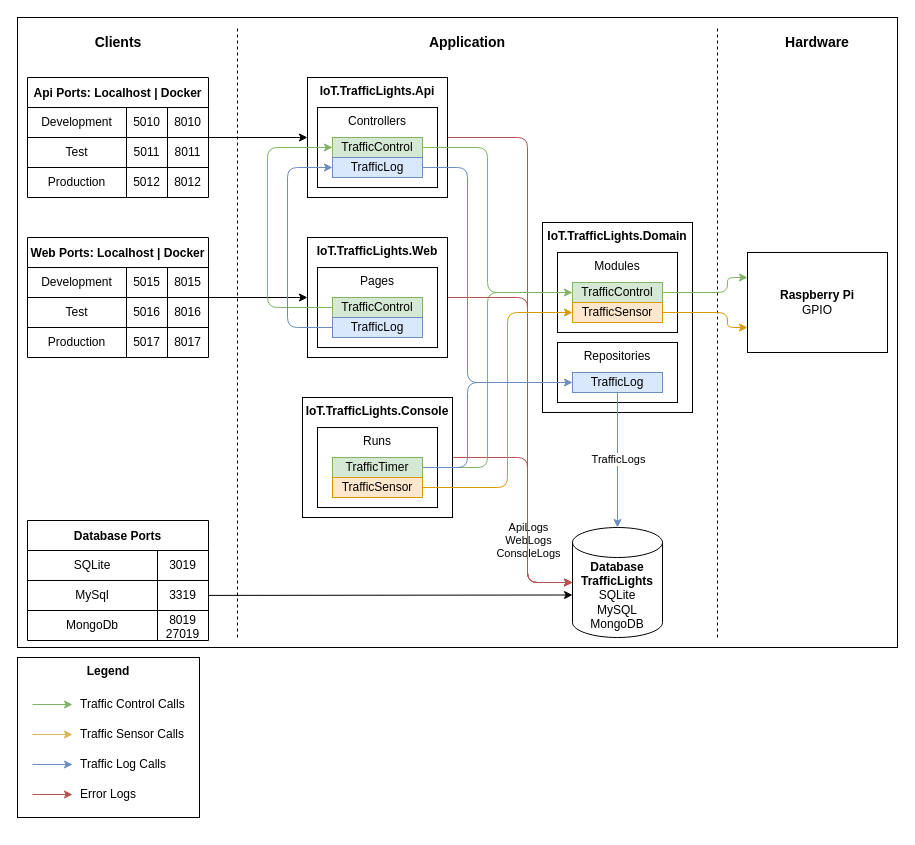
The draw.io diagram .docs/IoT.TrafficLights.Application.drawio in qbituniverse/iot-trafficlights, before the edit. Source tidied: cells renumbered, new cells numbered last; positions are measured from the earlier drawing's top-left corner, leaving out a move shared by most shapes. Both pictures are drawn from the tidied source at 100%, with x=0, y=0 at pixel (17, 17).
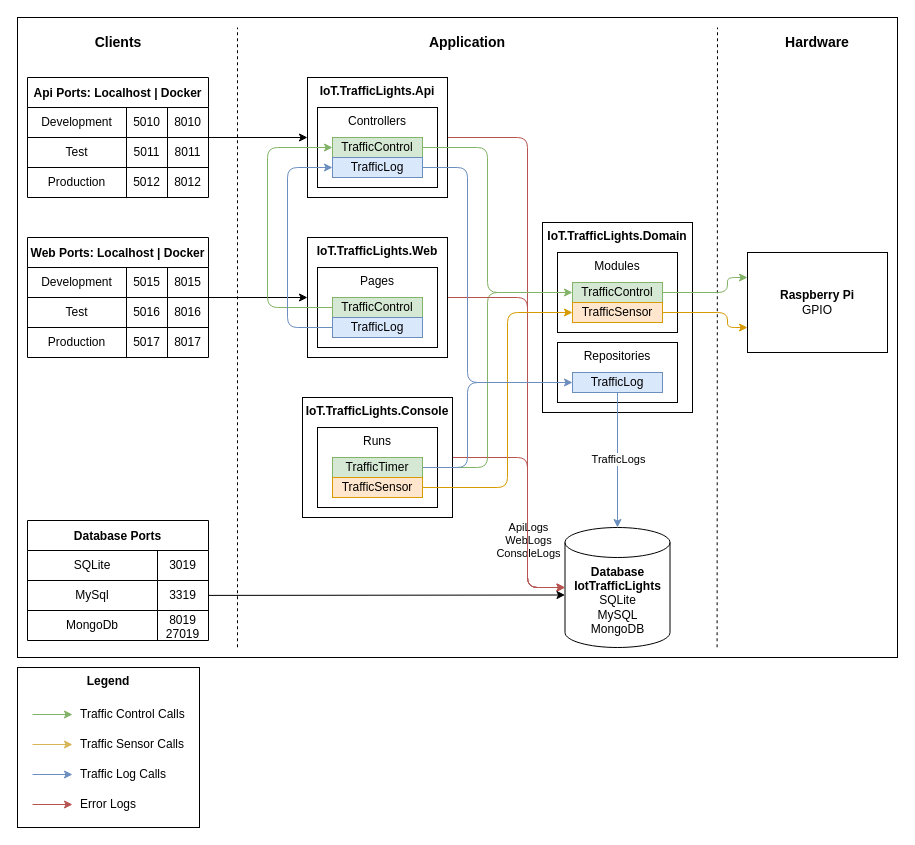
The same diagram, later.

Unchanged cells that the change refers to:
```xml
<mxCell id="4" value="&lt;b&gt;IoT.TrafficLights.Console&lt;/b&gt;" style="rounded=0;whiteSpace=wrap;html=1;verticalAlign=top;" parent="1" vertex="1">
  <mxGeometry x="285" y="380" width="150" height="120" as="geometry" />
</mxCell>
<mxCell id="12" value="&lt;b&gt;IoT.TrafficLights.Api&lt;/b&gt;" style="rounded=0;whiteSpace=wrap;html=1;verticalAlign=top;" parent="1" vertex="1">
  <mxGeometry x="290" y="60" width="140" height="120" as="geometry" />
</mxCell>
<mxCell id="51" value="&lt;b&gt;IoT.TrafficLights.Web&lt;/b&gt;" style="rounded=0;whiteSpace=wrap;html=1;verticalAlign=top;" parent="1" vertex="1">
  <mxGeometry x="290" y="220" width="140" height="120" as="geometry" />
</mxCell>
```

What changed in the source:
```diff
@@
     <mxCell id="2" style="rounded=0;whiteSpace=wrap;html=1;" parent="1" vertex="1">
-      <mxGeometry width="880" height="630" as="geometry" />
+      <mxGeometry width="880" height="640" as="geometry" />
     </mxCell>
     <mxCell id="3" style="edgeStyle=none;html=1;entryX=0;entryY=0.5;entryDx=0;entryDy=0;entryPerimeter=0;fillColor=#f8cecc;strokeColor=#b85450;" parent="1" edge="1" source="4" target="15">
       <mxGeometry relative="1" as="geometry">
         <Array as="points">
           <mxPoint x="510" y="440" />
-          <mxPoint x="510" y="565" />
+          <mxPoint x="510" y="570" />
         </Array>
       </mxGeometry>
     </mxCell>
@@
     <mxCell id="10" style="edgeStyle=none;html=1;entryX=0;entryY=0.5;entryDx=0;entryDy=0;entryPerimeter=0;fillColor=#f8cecc;strokeColor=#b85450;" parent="1" edge="1" source="12" target="15">
       <mxGeometry relative="1" as="geometry">
         <Array as="points">
           <mxPoint x="510" y="120" />
-          <mxPoint x="510" y="565" />
+          <mxPoint x="510" y="570" />
         </Array>
       </mxGeometry>
     </mxCell>
@@
-    <mxCell id="15" value="&lt;b style=&quot;border-color: var(--border-color);&quot;&gt;Database&lt;/b&gt;&lt;b&gt;&lt;br&gt;TrafficLights&lt;/b&gt;&lt;br&gt;SQLite&lt;br&gt;MySQL&lt;br&gt;MongoDB" style="shape=cylinder3;whiteSpace=wrap;html=1;boundedLbl=1;backgroundOutline=1;size=15;" parent="1" vertex="1">
-      <mxGeometry x="555" y="510" width="90" height="110" as="geometry" />
+    <mxCell id="15" value="&lt;b style=&quot;border-color: var(--border-color);&quot;&gt;Database&lt;/b&gt;&lt;b&gt;&lt;br&gt;IotTrafficLights&lt;/b&gt;&lt;br&gt;SQLite&lt;br&gt;MySQL&lt;br&gt;MongoDB" style="shape=cylinder3;whiteSpace=wrap;html=1;boundedLbl=1;backgroundOutline=1;size=15;" parent="1" vertex="1">
+      <mxGeometry x="547.5" y="510" width="105" height="120" as="geometry" />
     </mxCell>
@@
-    <mxCell id="30" style="endArrow=none;dashed=1;html=1;fontSize=12;" parent="1" edge="1">
+    <mxCell id="30" style="endArrow=none;dashed=1;html=1;fontSize=12;exitX=0.25;exitY=0.984;exitDx=0;exitDy=0;exitPerimeter=0;" parent="1" edge="1" source="2">
       <mxGeometry relative="1" as="geometry">
-        <mxPoint x="220" y="620" as="sourcePoint" />
         <mxPoint x="220" y="10" as="targetPoint" />
       </mxGeometry>
     </mxCell>
-    <mxCell id="31" style="endArrow=none;dashed=1;html=1;fontSize=12;" parent="1" edge="1">
+    <mxCell id="31" style="endArrow=none;dashed=1;html=1;fontSize=12;exitX=0.795;exitY=0.984;exitDx=0;exitDy=0;exitPerimeter=0;" parent="1" edge="1" source="2">
       <mxGeometry relative="1" as="geometry">
-        <mxPoint x="700" y="620" as="sourcePoint" />
         <mxPoint x="700" y="10" as="targetPoint" />
       </mxGeometry>
     </mxCell>
@@
     <mxCell id="50" style="edgeStyle=none;html=1;entryX=0;entryY=0.5;entryDx=0;entryDy=0;entryPerimeter=0;fillColor=#f8cecc;strokeColor=#b85450;" parent="1" edge="1" source="51" target="15">
       <mxGeometry relative="1" as="geometry">
         <Array as="points">
           <mxPoint x="510" y="280" />
-          <mxPoint x="510" y="565" />
+          <mxPoint x="510" y="570" />
         </Array>
       </mxGeometry>
     </mxCell>
@@
     <mxCell id="70" value="Legend" style="rounded=0;whiteSpace=wrap;html=1;fontStyle=1;verticalAlign=top;align=center;" parent="1" vertex="1">
-      <mxGeometry y="640" width="182" height="160" as="geometry" />
+      <mxGeometry y="650" width="182" height="160" as="geometry" />
     </mxCell>
     <mxCell id="71" style="edgeStyle=none;html=1;exitX=0.5;exitY=1;exitDx=0;exitDy=0;fillColor=#f8cecc;strokeColor=#b85450;" parent="1" edge="1">
       <mxGeometry relative="1" as="geometry">
-        <mxPoint x="15" y="777" as="sourcePoint" />
-        <mxPoint x="55" y="777" as="targetPoint" />
+        <mxPoint x="15" y="787" as="sourcePoint" />
+        <mxPoint x="55" y="787" as="targetPoint" />
       </mxGeometry>
     </mxCell>
     <mxCell id="72" value="Error Logs" style="text;html=1;strokeColor=none;fillColor=none;align=left;verticalAlign=middle;whiteSpace=wrap;rounded=0;" parent="1" vertex="1">
-      <mxGeometry x="61" y="762" width="69" height="30" as="geometry" />
+      <mxGeometry x="61" y="772" width="69" height="30" as="geometry" />
     </mxCell>
     <mxCell id="73" style="edgeStyle=none;html=1;exitX=0.5;exitY=1;exitDx=0;exitDy=0;fillColor=#d5e8d4;strokeColor=#82b366;" parent="1" edge="1">
       <mxGeometry relative="1" as="geometry">
-        <mxPoint x="15" y="687" as="sourcePoint" />
-        <mxPoint x="55" y="687" as="targetPoint" />
+        <mxPoint x="15" y="697" as="sourcePoint" />
+        <mxPoint x="55" y="697" as="targetPoint" />
       </mxGeometry>
     </mxCell>
     <mxCell id="74" value="Traffic Control Calls" style="text;html=1;strokeColor=none;fillColor=none;align=left;verticalAlign=middle;whiteSpace=wrap;rounded=0;" parent="1" vertex="1">
-      <mxGeometry x="61" y="672" width="119" height="30" as="geometry" />
+      <mxGeometry x="61" y="682" width="119" height="30" as="geometry" />
     </mxCell>
     <mxCell id="75" style="edgeStyle=none;html=1;exitX=0.5;exitY=1;exitDx=0;exitDy=0;fillColor=#fff2cc;strokeColor=#d6b656;" parent="1" edge="1">
       <mxGeometry relative="1" as="geometry">
-        <mxPoint x="15" y="717" as="sourcePoint" />
-        <mxPoint x="55" y="717" as="targetPoint" />
+        <mxPoint x="15" y="727" as="sourcePoint" />
+        <mxPoint x="55" y="727" as="targetPoint" />
       </mxGeometry>
     </mxCell>
     <mxCell id="76" value="Traffic Sensor Calls" style="text;html=1;strokeColor=none;fillColor=none;align=left;verticalAlign=middle;whiteSpace=wrap;rounded=0;" parent="1" vertex="1">
-      <mxGeometry x="61" y="702" width="114" height="30" as="geometry" />
+      <mxGeometry x="61" y="712" width="114" height="30" as="geometry" />
     </mxCell>
@@
     <mxCell id="89" style="edgeStyle=none;html=1;exitX=0.5;exitY=1;exitDx=0;exitDy=0;fillColor=#dae8fc;strokeColor=#6c8ebf;" parent="1" edge="1">
       <mxGeometry relative="1" as="geometry">
-        <mxPoint x="15" y="747" as="sourcePoint" />
-        <mxPoint x="55" y="747" as="targetPoint" />
+        <mxPoint x="15" y="757" as="sourcePoint" />
+        <mxPoint x="55" y="757" as="targetPoint" />
       </mxGeometry>
     </mxCell>
     <mxCell id="90" value="Traffic Log Calls" style="text;html=1;strokeColor=none;fillColor=none;align=left;verticalAlign=middle;whiteSpace=wrap;rounded=0;" parent="1" vertex="1">
-      <mxGeometry x="61" y="732" width="114" height="30" as="geometry" />
+      <mxGeometry x="61" y="742" width="114" height="30" as="geometry" />
     </mxCell>
```
